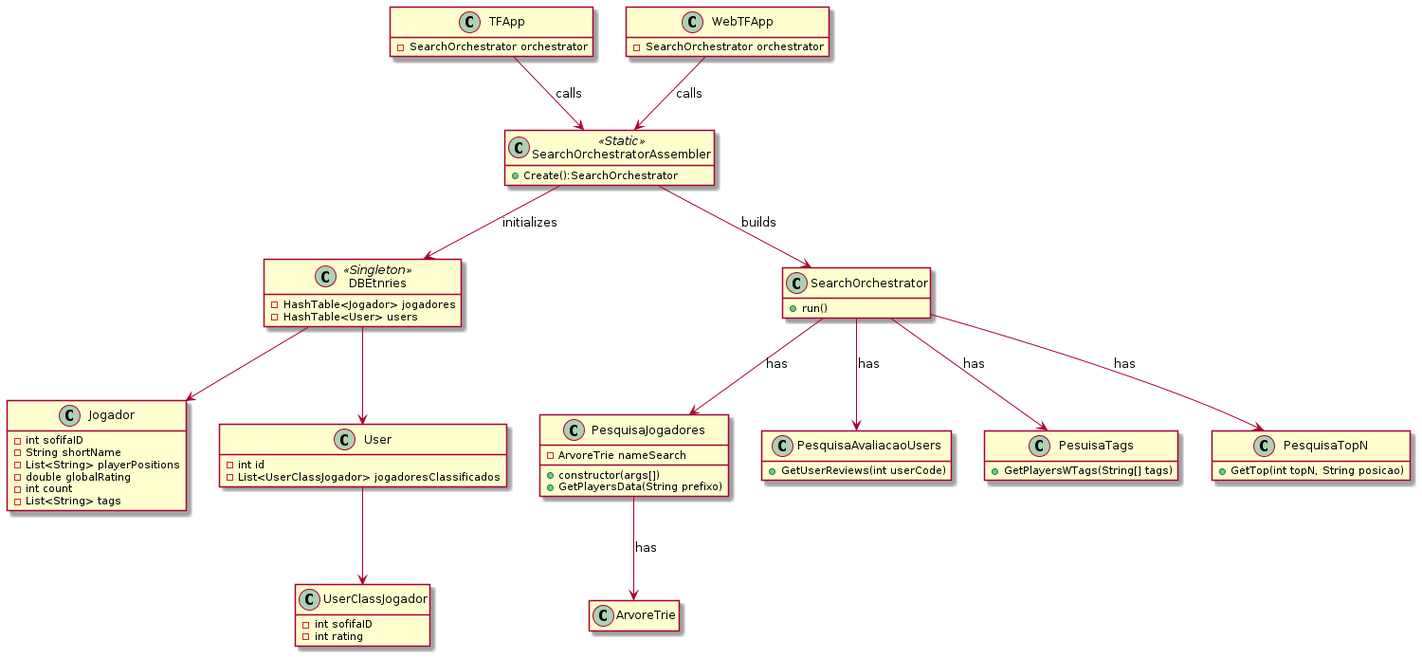
This is out/classDiagram/classDiagram.png from JoaoCosme/TrabFinalCPD, a PlantUML export, as it was before one commit.
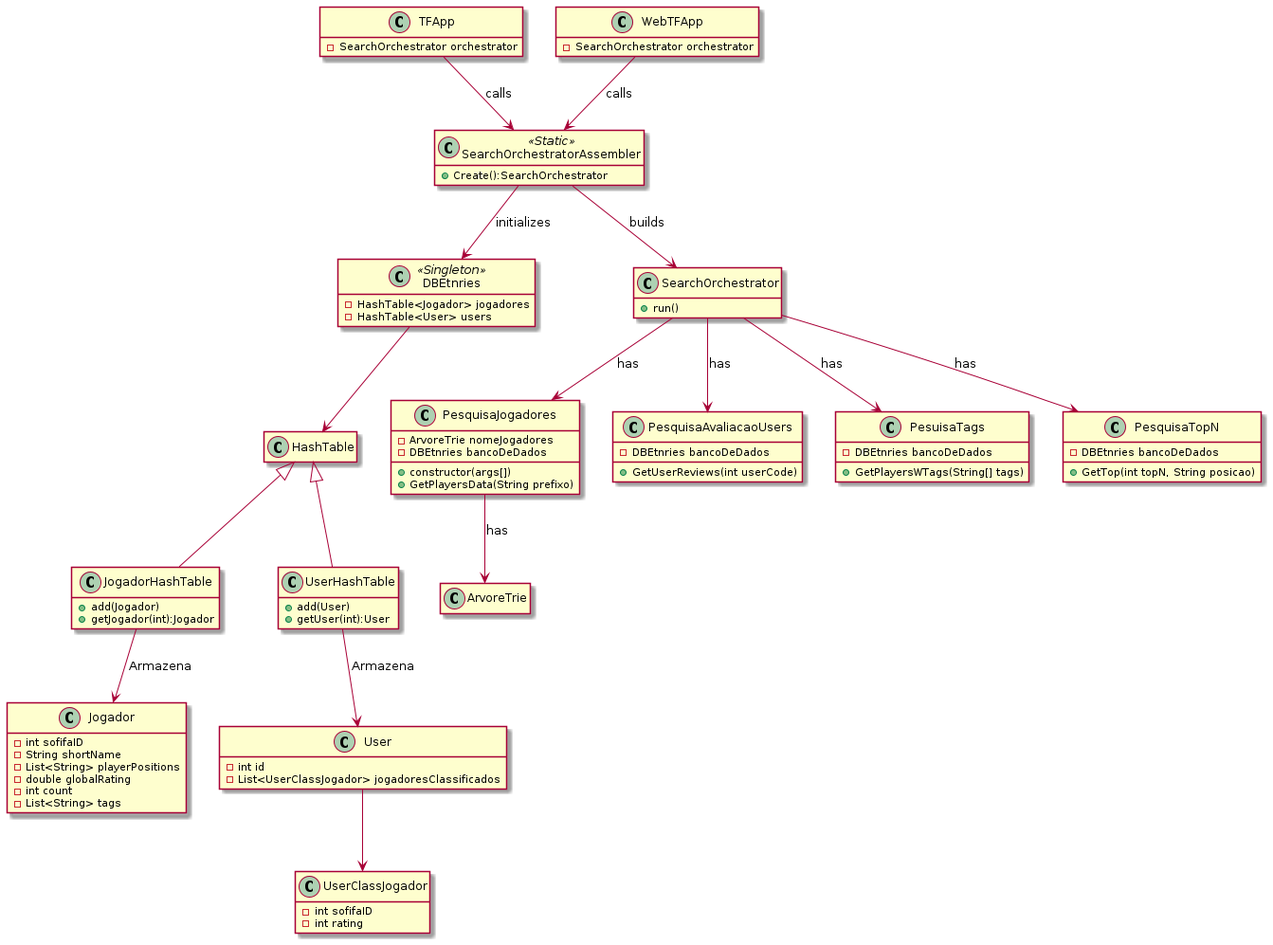
After the change.

Diff of the diagram source:
```diff
@@ -14,6 +14,20 @@
     class DBEtnries<<Singleton>>{
         - HashTable<Jogador> jogadores
         - HashTable<User> users
+    }
+
+    class HashTable{
+
+    }
+
+    class JogadorHashTable extends HashTable{
+        + add(Jogador)
+        + getJogador(int):Jogador
+    }
+
+    class UserHashTable extends HashTable{
+        + add(User)
+        + getUser(int):User
     }
 
     class Jogador{
@@ -40,7 +54,8 @@
     }
 
     class PesquisaJogadores{
-        - ArvoreTrie nameSearch
+        - ArvoreTrie nomeJogadores
+        - DBEtnries bancoDeDados
         + constructor(args[])
         + GetPlayersData(String prefixo)
     }
@@ -50,12 +65,15 @@
     }
 
     class PesquisaAvaliacaoUsers{
+        - DBEtnries bancoDeDados
         + GetUserReviews(int userCode)
     }
     class PesuisaTags{
+        - DBEtnries bancoDeDados
         + GetPlayersWTags(String[] tags)
     }
     class PesquisaTopN{
+        - DBEtnries bancoDeDados
         + GetTop(int topN, String posicao)
     }
 
@@ -68,8 +86,9 @@
     SearchOrchestrator --> PesquisaTopN:has
     SearchOrchestrator --> PesquisaAvaliacaoUsers:has
     PesquisaJogadores --> ArvoreTrie: has
-    DBEtnries --> Jogador
-    DBEtnries --> User
+    DBEtnries --> HashTable
+    JogadorHashTable --> Jogador:Armazena
+    UserHashTable --> User: Armazena
     User --> UserClassJogador
 
 @enduml
```
